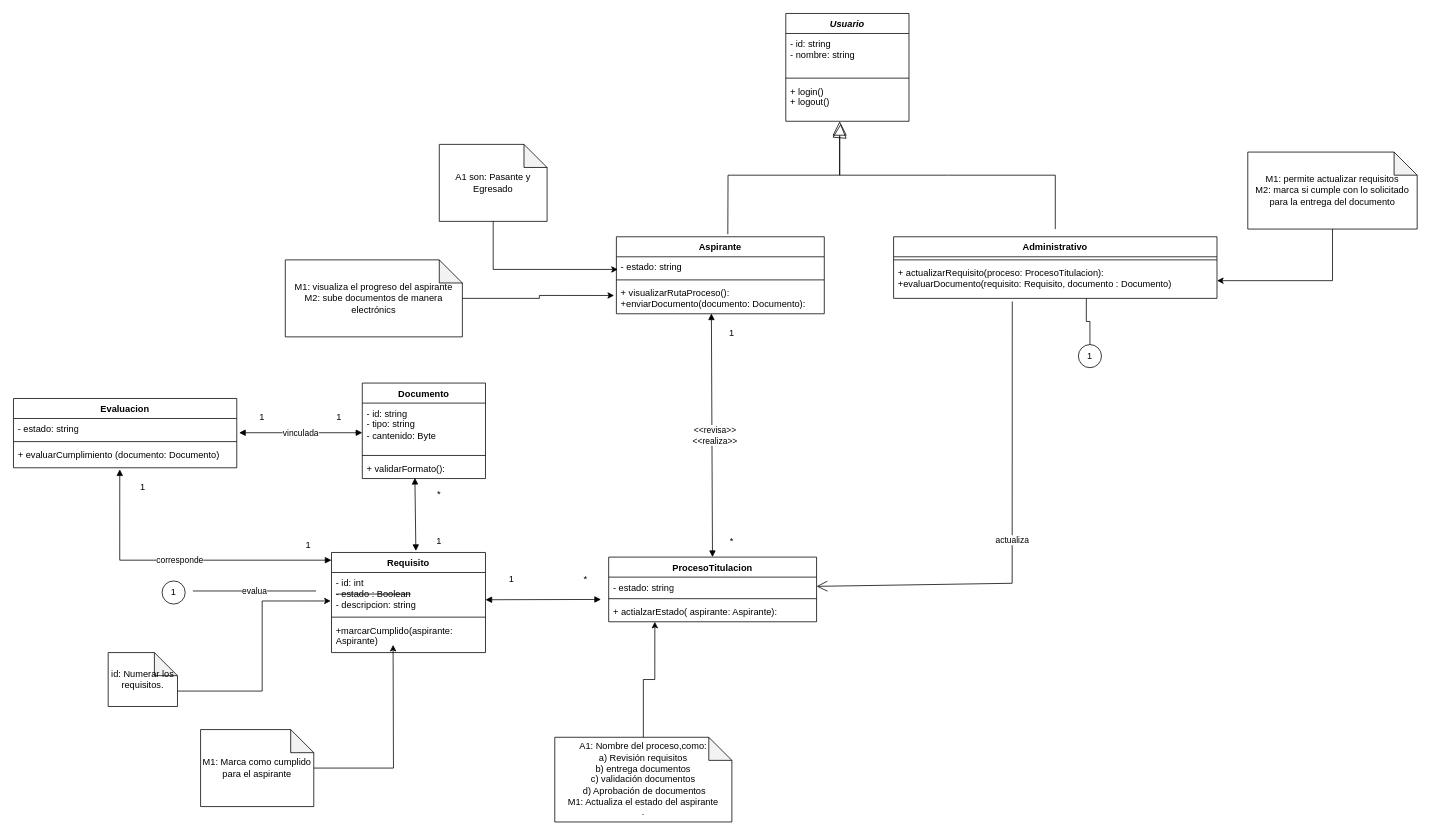
This is diagrama_clase.drawio from DrAtl30/potro_titulate, a draw.io file, before an edit. Source tidied: cells renumbered, new cells numbered last; positions are measured from the earlier drawing's top-left corner, leaving out a move shared by most shapes. Both pictures are drawn from the tidied source at 77%, with x=0, y=0 at pixel (13, 13).
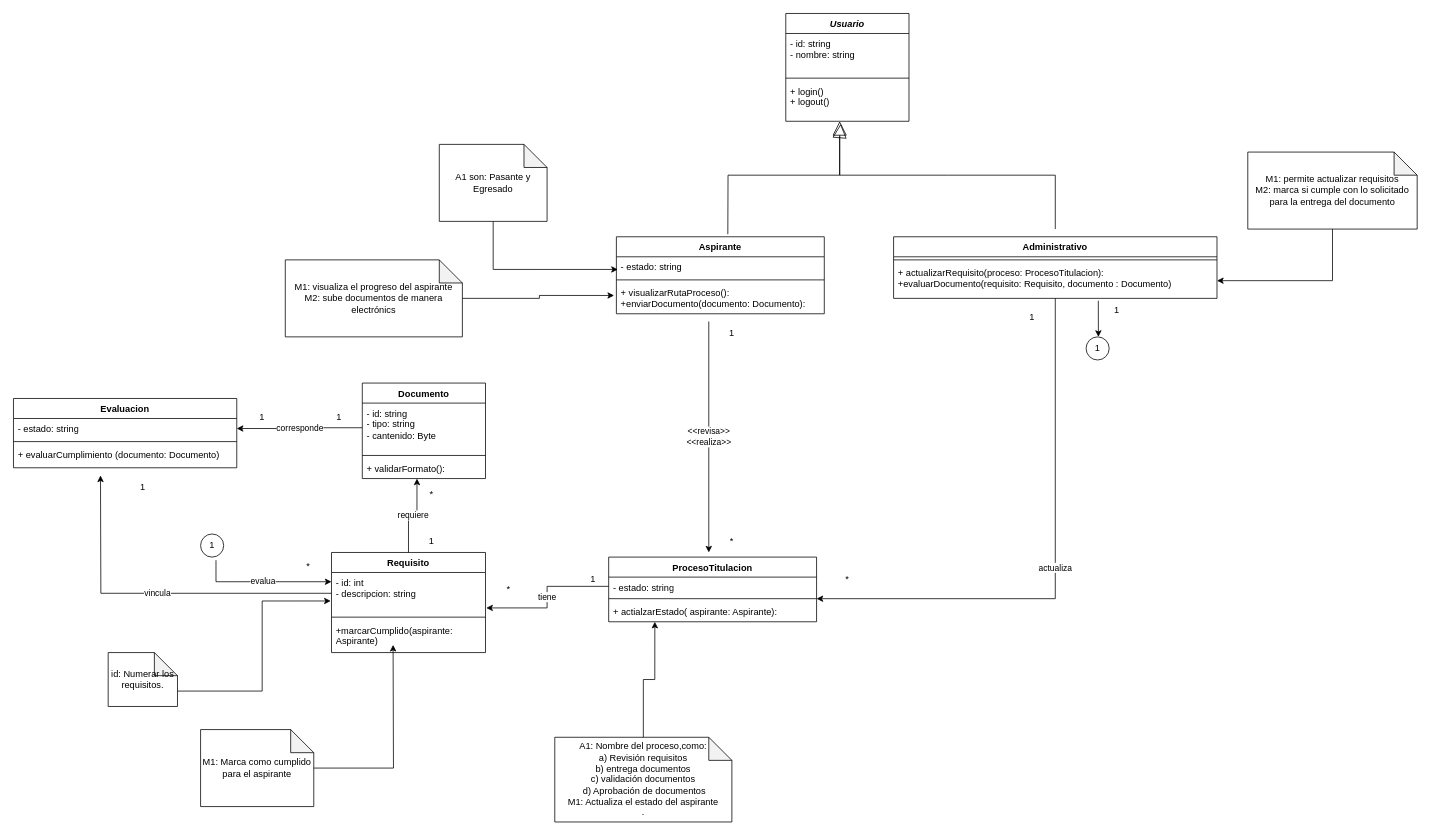
The same diagram, later.

Unchanged cells that the change refers to:
```xml
<mxCell id="9" value="&lt;div&gt;+ visualizarRutaProceso():&lt;/div&gt;&lt;div&gt;+enviarDocumento(documento: Documento):&lt;br&gt;&lt;/div&gt;" style="text;strokeColor=none;fillColor=none;align=left;verticalAlign=top;spacingLeft=4;spacingRight=4;overflow=hidden;points=[[0,0.5],[1,0.5]];portConstraint=eastwest;whiteSpace=wrap;html=1;" parent="6" vertex="1">
  <mxGeometry y="60" width="270" height="40" as="geometry" />
</mxCell>
<mxCell id="10" value="Administrativo" style="swimlane;fontStyle=1;align=center;verticalAlign=top;horizontal=1;startSize=26;whiteSpace=wrap;html=1;" parent="1" vertex="1">
  <mxGeometry x="1143" y="290" width="420" height="80" as="geometry" />
</mxCell>
<mxCell id="12" value="&lt;div&gt;+ actualizarRequisito(proceso: ProcesoTitulacion):&lt;/div&gt;&lt;div&gt;+evaluarDocumento(requisito: Requisito, documento : Documento)&lt;br&gt;&lt;/div&gt;" style="text;strokeColor=none;fillColor=none;align=left;verticalAlign=top;spacingLeft=4;spacingRight=4;overflow=hidden;points=[[0,0.5],[1,0.5]];portConstraint=eastwest;whiteSpace=wrap;html=1;" parent="10" vertex="1">
  <mxGeometry y="34" width="420" height="46" as="geometry" />
</mxCell>
<mxCell id="21" value="ProcesoTitulacion" style="swimlane;fontStyle=1;align=center;verticalAlign=top;horizontal=1;startSize=26;whiteSpace=wrap;html=1;" parent="1" vertex="1">
  <mxGeometry x="773" y="706" width="270" height="84" as="geometry" />
</mxCell>
<mxCell id="22" value="&lt;div&gt;- estado: string&lt;br&gt;&lt;/div&gt;" style="text;strokeColor=none;fillColor=none;align=left;verticalAlign=top;spacingLeft=4;spacingRight=4;overflow=hidden;points=[[0,0.5],[1,0.5]];portConstraint=eastwest;whiteSpace=wrap;html=1;" parent="21" vertex="1">
  <mxGeometry y="26" width="270" height="24" as="geometry" />
</mxCell>
<mxCell id="25" value="Requisito" style="swimlane;fontStyle=1;align=center;verticalAlign=top;horizontal=1;startSize=26;whiteSpace=wrap;html=1;" parent="1" vertex="1">
  <mxGeometry x="413" y="700" width="200" height="130" as="geometry" />
</mxCell>
<mxCell id="30" value="&lt;div&gt;- id: string&lt;/div&gt;&lt;div&gt;- tipo: string&lt;/div&gt;&lt;div&gt;- cantenido: Byte&lt;br&gt;&lt;/div&gt;" style="text;strokeColor=none;fillColor=none;align=left;verticalAlign=top;spacingLeft=4;spacingRight=4;overflow=hidden;points=[[0,0.5],[1,0.5]];portConstraint=eastwest;whiteSpace=wrap;html=1;" parent="29" vertex="1">
  <mxGeometry y="26" width="160" height="64" as="geometry" />
</mxCell>
<mxCell id="32" value="+ validarFormato():" style="text;strokeColor=none;fillColor=none;align=left;verticalAlign=top;spacingLeft=4;spacingRight=4;overflow=hidden;points=[[0,0.5],[1,0.5]];portConstraint=eastwest;whiteSpace=wrap;html=1;" parent="29" vertex="1">
  <mxGeometry y="98" width="160" height="26" as="geometry" />
</mxCell>
<mxCell id="35" value="1" style="text;html=1;align=center;verticalAlign=middle;whiteSpace=wrap;rounded=0;" parent="1" vertex="1">
  <mxGeometry x="903" y="400" width="60" height="30" as="geometry" />
</mxCell>
<mxCell id="36" value="*" style="text;html=1;align=center;verticalAlign=middle;whiteSpace=wrap;rounded=0;" parent="1" vertex="1">
  <mxGeometry x="903" y="670" width="60" height="30" as="geometry" />
</mxCell>
<mxCell id="54" value="- estado: string" style="text;strokeColor=none;fillColor=none;align=left;verticalAlign=top;spacingLeft=4;spacingRight=4;overflow=hidden;points=[[0,0.5],[1,0.5]];portConstraint=eastwest;whiteSpace=wrap;html=1;" parent="53" vertex="1">
  <mxGeometry y="26" width="290" height="26" as="geometry" />
</mxCell>
<mxCell id="56" value="+ evaluarCumplimiento (documento: Documento)" style="text;strokeColor=none;fillColor=none;align=left;verticalAlign=top;spacingLeft=4;spacingRight=4;overflow=hidden;points=[[0,0.5],[1,0.5]];portConstraint=eastwest;whiteSpace=wrap;html=1;" parent="53" vertex="1">
  <mxGeometry y="60" width="290" height="30" as="geometry" />
</mxCell>
```

Change to the diagram source:
```diff
@@
+    <mxCell id="64" value="vincula" style="edgeStyle=orthogonalEdgeStyle;rounded=0;jettySize=auto;html=1;" parent="25" edge="1" source="26">
+      <mxGeometry relative="1" as="geometry">
+        <mxPoint x="-300" y="-100" as="targetPoint" />
+      </mxGeometry>
+    </mxCell>
-    <mxCell id="26" value="&lt;div&gt;- id: int&lt;br&gt;&lt;/div&gt;&lt;div&gt;&lt;strike&gt;- estado : Boolean&lt;/strike&gt;&lt;br&gt;&lt;/div&gt;&lt;div&gt;- descripcion: string&lt;br&gt;&lt;/div&gt;" style="text;strokeColor=none;fillColor=none;align=left;verticalAlign=top;spacingLeft=4;spacingRight=4;overflow=hidden;points=[[0,0.5],[1,0.5]];portConstraint=eastwest;whiteSpace=wrap;html=1;" parent="25" vertex="1">
+    <mxCell id="26" value="&lt;div&gt;- id: int&lt;br&gt;&lt;/div&gt;&lt;div&gt;- descripcion: string&lt;br&gt;&lt;/div&gt;" style="text;strokeColor=none;fillColor=none;align=left;verticalAlign=top;spacingLeft=4;spacingRight=4;overflow=hidden;points=[[0,0.5],[1,0.5]];portConstraint=eastwest;whiteSpace=wrap;html=1;" parent="25" vertex="1">
       <mxGeometry y="26" width="200" height="54" as="geometry" />
     </mxCell>
@@
-    <mxCell id="33" style="endArrow=block;startArrow=block;endFill=1;startFill=1;html=1;rounded=0;exitX=0.457;exitY=0.989;exitDx=0;exitDy=0;exitPerimeter=0;" parent="1" edge="1" source="9" target="21">
-      <mxGeometry relative="1" as="geometry" />
-    </mxCell>
-    <mxCell id="34" value="&lt;div&gt;&amp;lt;&amp;lt;revisa&amp;gt;&amp;gt;&lt;/div&gt;&lt;div&gt;&amp;lt;&amp;lt;realiza&amp;gt;&amp;gt;&lt;br&gt;&lt;/div&gt;" style="edgeLabel;html=1;align=center;verticalAlign=middle;" parent="33" vertex="1">
-      <mxGeometry y="3" relative="1" as="geometry" />
-    </mxCell>
@@
-    <mxCell id="37" style="endArrow=block;startArrow=block;endFill=1;startFill=1;html=1;rounded=0;" parent="1" edge="1">
-      <mxGeometry relative="1" as="geometry">
-        <mxPoint x="613" y="761.4" as="sourcePoint" />
-        <mxPoint x="763" y="761" as="targetPoint" />
-      </mxGeometry>
-    </mxCell>
     <mxCell id="38" value="1" style="text;html=1;align=center;verticalAlign=middle;whiteSpace=wrap;rounded=0;" parent="1" vertex="1">
-      <mxGeometry x="617" y="720" width="60" height="30" as="geometry" />
+      <mxGeometry x="723" y="720" width="60" height="30" as="geometry" />
     </mxCell>
     <mxCell id="39" value="*" style="text;html=1;align=center;verticalAlign=middle;whiteSpace=wrap;rounded=0;" parent="1" vertex="1">
-      <mxGeometry x="713" y="720" width="60" height="30" as="geometry" />
+      <mxGeometry x="613" y="733" width="60" height="30" as="geometry" />
     </mxCell>
-    <mxCell id="40" style="endArrow=block;startArrow=block;endFill=1;startFill=1;html=1;rounded=0;entryX=0.427;entryY=0.966;entryDx=0;entryDy=0;entryPerimeter=0;exitX=0.548;exitY=-0.015;exitDx=0;exitDy=0;exitPerimeter=0;" parent="1" edge="1" source="25" target="32">
-      <mxGeometry relative="1" as="geometry" />
-    </mxCell>
     <mxCell id="41" value="1" style="text;html=1;align=center;verticalAlign=middle;whiteSpace=wrap;rounded=0;" parent="1" vertex="1">
-      <mxGeometry x="523" y="670" width="60" height="30" as="geometry" />
+      <mxGeometry x="513" y="670" width="60" height="30" as="geometry" />
     </mxCell>
     <mxCell id="42" value="*" style="text;html=1;align=center;verticalAlign=middle;whiteSpace=wrap;rounded=0;" parent="1" vertex="1">
-      <mxGeometry x="523" y="610" width="60" height="30" as="geometry" />
+      <mxGeometry x="513" y="610" width="60" height="30" as="geometry" />
     </mxCell>
     <mxCell id="43" value="1" style="ellipse;whiteSpace=wrap;html=1;" parent="1" vertex="1">
-      <mxGeometry x="1383" y="430" width="30" height="30" as="geometry" />
+      <mxGeometry x="1393" y="420" width="30" height="30" as="geometry" />
     </mxCell>
     <mxCell id="44" value="1" style="ellipse;whiteSpace=wrap;html=1;" parent="1" vertex="1">
-      <mxGeometry x="193" y="737" width="30" height="30" as="geometry" />
+      <mxGeometry x="243" y="676" width="30" height="30" as="geometry" />
     </mxCell>
-    <mxCell id="45" value="evalua" style="endArrow=none;html=1;edgeStyle=orthogonalEdgeStyle;rounded=0;" parent="1" edge="1">
-      <mxGeometry relative="1" as="geometry">
-        <mxPoint x="233" y="750" as="sourcePoint" />
-        <mxPoint x="393" y="750" as="targetPoint" />
-      </mxGeometry>
-    </mxCell>
-    <mxCell id="46" style="endArrow=none;html=1;edgeStyle=orthogonalEdgeStyle;rounded=0;entryX=0.5;entryY=0;entryDx=0;entryDy=0;exitX=0.596;exitY=1;exitDx=0;exitDy=0;exitPerimeter=0;" parent="1" edge="1" source="12" target="43">
-      <mxGeometry relative="1" as="geometry" />
-    </mxCell>
@@
-    <mxCell id="57" value="vinculada" style="endArrow=block;startArrow=block;endFill=1;startFill=1;html=1;rounded=0;" parent="1" edge="1">
-      <mxGeometry relative="1" as="geometry">
-        <mxPoint x="293" y="544.5" as="sourcePoint" />
-        <mxPoint x="453" y="544.5" as="targetPoint" />
-      </mxGeometry>
-    </mxCell>
-    <mxCell id="58" value="corresponde" style="endArrow=block;startArrow=block;endFill=1;startFill=1;html=1;rounded=0;exitX=0.476;exitY=1.067;exitDx=0;exitDy=0;exitPerimeter=0;entryX=0;entryY=0.077;entryDx=0;entryDy=0;entryPerimeter=0;" parent="1" edge="1" source="56" target="25">
-      <mxGeometry relative="1" as="geometry">
-        <Array as="points">
-          <mxPoint x="138" y="710" />
-        </Array>
-      </mxGeometry>
-    </mxCell>
@@
-    <mxCell id="60" value="1" style="text;html=1;align=center;verticalAlign=middle;whiteSpace=wrap;rounded=0;" parent="1" vertex="1">
-      <mxGeometry x="353" y="676" width="60" height="30" as="geometry" />
-    </mxCell>
@@
+    <mxCell id="34" value="&lt;div&gt;&amp;lt;&amp;lt;revisa&amp;gt;&amp;gt;&lt;/div&gt;&lt;div&gt;&amp;lt;&amp;lt;realiza&amp;gt;&amp;gt;&lt;br&gt;&lt;/div&gt;" style="endArrow=classic;html=1;rounded=0;exitX=0;exitY=0;exitDx=0;exitDy=0;entryX=0;entryY=1;entryDx=0;entryDy=0;" parent="1" edge="1" source="35" target="36">
+      <mxGeometry relative="1" as="geometry" />
+    </mxCell>
+    <mxCell id="40" value="requiere" style="edgeStyle=orthogonalEdgeStyle;rounded=0;jettySize=auto;html=1;entryX=0.444;entryY=1;entryDx=0;entryDy=0;entryPerimeter=0;" parent="1" edge="1" source="25" target="32">
+      <mxGeometry relative="1" as="geometry" />
+    </mxCell>
+    <mxCell id="58" value="corresponde" style="edgeStyle=orthogonalEdgeStyle;rounded=0;jettySize=auto;html=1;" parent="1" edge="1" source="30" target="54">
+      <mxGeometry relative="1" as="geometry" />
+    </mxCell>
-    <mxCell id="63" value="actualiza" style="endArrow=open;endFill=1;endSize=12;html=1;rounded=0;exitX=0.367;exitY=1.087;exitDx=0;exitDy=0;exitPerimeter=0;entryX=1;entryY=0.5;entryDx=0;entryDy=0;" parent="1" edge="1" source="12" target="22">
-      <mxGeometry relative="1" as="geometry">
-        <Array as="points">
-          <mxPoint x="1297" y="740" />
-        </Array>
-      </mxGeometry>
+    <mxCell id="63" value="actualiza" style="edgeStyle=orthogonalEdgeStyle;rounded=0;jettySize=auto;html=1;entryX=1;entryY=1.167;entryDx=0;entryDy=0;entryPerimeter=0;" parent="1" edge="1" source="10" target="22">
+      <mxGeometry relative="1" as="geometry" />
     </mxCell>
+    <mxCell id="65" style="endArrow=classic;html=1;rounded=0;exitX=0.633;exitY=1.065;exitDx=0;exitDy=0;exitPerimeter=0;" parent="1" edge="1" source="12">
+      <mxGeometry relative="1" as="geometry">
+        <mxPoint x="1409" y="420" as="targetPoint" />
+      </mxGeometry>
+    </mxCell>
+    <mxCell id="66" value="tiene" style="edgeStyle=orthogonalEdgeStyle;rounded=0;jettySize=auto;html=1;entryX=1.005;entryY=0.852;entryDx=0;entryDy=0;entryPerimeter=0;" parent="1" edge="1" source="22" target="26">
+      <mxGeometry relative="1" as="geometry" />
+    </mxCell>
+    <mxCell id="45" value="evalua" style="endArrow=classic;html=1;rounded=0;entryX=0;entryY=0.222;entryDx=0;entryDy=0;entryPerimeter=0;" parent="1" edge="1" target="26">
+      <mxGeometry relative="1" as="geometry">
+        <mxPoint x="263" y="710" as="sourcePoint" />
+        <Array as="points">
+          <mxPoint x="263" y="738" />
+        </Array>
+      </mxGeometry>
+    </mxCell>
+    <mxCell id="67" value="1" style="text;html=1;align=center;verticalAlign=middle;whiteSpace=wrap;rounded=0;" parent="1" vertex="1">
+      <mxGeometry x="1293" y="380" width="60" height="30" as="geometry" />
+    </mxCell>
+    <mxCell id="68" value="*" style="text;html=1;align=center;verticalAlign=middle;whiteSpace=wrap;rounded=0;" parent="1" vertex="1">
+      <mxGeometry x="1053" y="720" width="60" height="30" as="geometry" />
+    </mxCell>
+    <mxCell id="69" value="1" style="text;html=1;align=center;verticalAlign=middle;whiteSpace=wrap;rounded=0;" parent="1" vertex="1">
+      <mxGeometry x="1403" y="370" width="60" height="30" as="geometry" />
+    </mxCell>
+    <mxCell id="70" value="*" style="text;html=1;align=center;verticalAlign=middle;whiteSpace=wrap;rounded=0;" parent="1" vertex="1">
+      <mxGeometry x="363" y="703" width="40" height="30" as="geometry" />
+    </mxCell>
```
